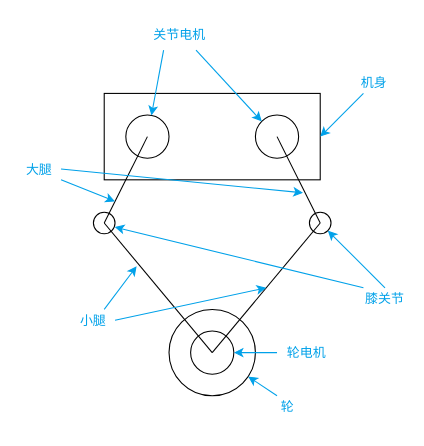
Q1anWan/BananaBot keeps this draw.io diagram as Docs/Size.drawio. Above is the earlier version. Source tidied: cells renumbered, new cells numbered last; positions are measured from the earlier drawing's top-left corner, leaving out a move shared by most shapes. Both pictures are drawn from the tidied source at 108%, with x=0, y=0 at pixel (17, 17).
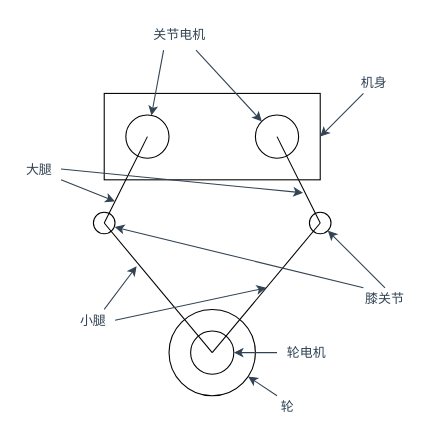
The same diagram, later.

The change refers to these unchanged cells:
```xml
<mxCell id="2" style="ellipse;" parent="1" vertex="1">
  <mxGeometry x="70" y="180" width="20" height="20" as="geometry" />
</mxCell>
<mxCell id="3" style="ellipse;" parent="1" vertex="1">
  <mxGeometry x="270" y="180" width="20" height="20" as="geometry" />
</mxCell>
<mxCell id="4" style="ellipse;" parent="1" vertex="1">
  <mxGeometry x="140" y="270" width="80" height="80" as="geometry" />
</mxCell>
<mxCell id="5" style="ellipse;fontColor=#00A1E9;" parent="1" vertex="1">
  <mxGeometry x="160" y="290" width="40" height="40" as="geometry" />
</mxCell>
<mxCell id="6" style="rounded=0;" parent="1" vertex="1">
  <mxGeometry x="80" y="70" width="200" height="80" as="geometry" />
</mxCell>
<mxCell id="7" style="ellipse;" parent="1" vertex="1">
  <mxGeometry x="100" y="90" width="40" height="40" as="geometry" />
</mxCell>
<mxCell id="8" style="ellipse;" parent="1" vertex="1">
  <mxGeometry x="220" y="90" width="40" height="40" as="geometry" />
</mxCell>
```

Diff of the diagram source:
```diff
@@
-    <mxCell id="13" style="endArrow=classic;fillColor=#1ba1e2;strokeColor=#00A1E9;fontColor=#00A1E9;" parent="1" edge="1">
+    <mxCell id="13" style="endArrow=classic;fillColor=#647687;strokeColor=#314354;fontColor=#00A1E9;" parent="1" edge="1">
       <mxGeometry relative="1" as="geometry">
         <mxPoint x="40" y="150" as="sourcePoint" />
         <mxPoint x="90" y="170" as="targetPoint" />
       </mxGeometry>
     </mxCell>
-    <mxCell id="14" value="大腿" style="text;strokeColor=none;fillColor=none;align=center;verticalAlign=middle;rounded=0;fontColor=#00A1E9;" parent="1" vertex="1">
+    <mxCell id="14" value="大腿" style="text;strokeColor=none;fillColor=none;align=center;verticalAlign=middle;rounded=0;fontColor=#314354;" parent="1" vertex="1">
       <mxGeometry y="120" width="40" height="40" as="geometry" />
     </mxCell>
-    <mxCell id="15" style="endArrow=classic;fillColor=#1ba1e2;strokeColor=#00A1E9;fontColor=#00A1E9;" parent="1" edge="1">
+    <mxCell id="15" style="endArrow=classic;fillColor=#647687;strokeColor=#314354;fontColor=#00A1E9;" parent="1" edge="1">
       <mxGeometry relative="1" as="geometry">
         <mxPoint x="80" y="270" as="sourcePoint" />
         <mxPoint x="110" y="230" as="targetPoint" />
       </mxGeometry>
     </mxCell>
-    <mxCell id="16" value="小腿" style="text;strokeColor=none;fillColor=none;align=center;verticalAlign=middle;rounded=0;fontColor=#00A1E9;" parent="1" vertex="1">
+    <mxCell id="16" value="小腿" style="text;strokeColor=none;fillColor=none;align=center;verticalAlign=middle;rounded=0;fontColor=#314354;" parent="1" vertex="1">
       <mxGeometry x="50" y="260" width="40" height="40" as="geometry" />
     </mxCell>
-    <mxCell id="17" style="endArrow=classic;fillColor=#1ba1e2;strokeColor=#00A1E9;fontColor=#00A1E9;" parent="1" edge="1" target="4">
+    <mxCell id="17" style="endArrow=classic;fillColor=#647687;strokeColor=#314354;fontColor=#00A1E9;" parent="1" edge="1" target="4">
       <mxGeometry relative="1" as="geometry">
         <mxPoint x="240" y="350" as="sourcePoint" />
       </mxGeometry>
     </mxCell>
-    <mxCell id="18" value="轮" style="text;strokeColor=none;fillColor=none;align=center;verticalAlign=middle;rounded=0;fontColor=#00A1E9;" parent="1" vertex="1">
+    <mxCell id="18" value="轮" style="text;strokeColor=none;fillColor=none;align=center;verticalAlign=middle;rounded=0;fontColor=#314354;" parent="1" vertex="1">
       <mxGeometry x="230" y="340" width="40" height="40" as="geometry" />
     </mxCell>
-    <mxCell id="19" style="endArrow=classic;fontColor=#00A1E9;exitX=1;exitY=0.5;exitDx=0;exitDy=0;strokeColor=#00A1E9;" parent="1" edge="1" source="14">
+    <mxCell id="19" style="endArrow=classic;fontColor=#00A1E9;exitX=1;exitY=0.5;exitDx=0;exitDy=0;strokeColor=#314354;fillColor=#647687;" parent="1" edge="1" source="14">
       <mxGeometry relative="1" as="geometry">
         <mxPoint x="264" y="162" as="targetPoint" />
       </mxGeometry>
     </mxCell>
-    <mxCell id="20" style="endArrow=classic;strokeColor=#00A1E9;fontColor=#00A1E9;exitX=1;exitY=0.5;exitDx=0;exitDy=0;" parent="1" edge="1" source="16">
+    <mxCell id="20" style="endArrow=classic;strokeColor=#314354;fontColor=#00A1E9;exitX=1;exitY=0.5;exitDx=0;exitDy=0;fillColor=#647687;" parent="1" edge="1" source="16">
       <mxGeometry relative="1" as="geometry">
         <mxPoint x="230" y="250" as="targetPoint" />
       </mxGeometry>
     </mxCell>
-    <mxCell id="21" style="endArrow=classic;strokeColor=#00A1E9;fontColor=#00A1E9;exitX=0.25;exitY=1;exitDx=0;exitDy=0;" parent="1" edge="1" source="23" target="7">
+    <mxCell id="21" style="endArrow=classic;strokeColor=#314354;fontColor=#00A1E9;exitX=0.25;exitY=1;exitDx=0;exitDy=0;fillColor=#647687;" parent="1" edge="1" source="23" target="7">
       <mxGeometry relative="1" as="geometry" />
     </mxCell>
-    <mxCell id="22" style="endArrow=classic;strokeColor=#00A1E9;fontColor=#00A1E9;entryX=0;entryY=0;entryDx=0;entryDy=0;exitX=0.75;exitY=1;exitDx=0;exitDy=0;" parent="1" edge="1" source="23" target="8">
+    <mxCell id="22" style="endArrow=classic;strokeColor=#314354;fontColor=#00A1E9;entryX=0;entryY=0;entryDx=0;entryDy=0;exitX=0.75;exitY=1;exitDx=0;exitDy=0;fillColor=#647687;" parent="1" edge="1" source="23" target="8">
       <mxGeometry relative="1" as="geometry" />
     </mxCell>
-    <mxCell id="23" value="关节电机" style="text;strokeColor=none;fillColor=none;align=center;verticalAlign=middle;rounded=0;fontColor=#00A1E9;" parent="1" vertex="1">
+    <mxCell id="23" value="关节电机" style="text;strokeColor=none;fillColor=none;align=center;verticalAlign=middle;rounded=0;fontColor=#314354;" parent="1" vertex="1">
       <mxGeometry x="120" width="60" height="30" as="geometry" />
     </mxCell>
-    <mxCell id="24" value="机身" style="text;strokeColor=none;fillColor=none;align=center;verticalAlign=middle;rounded=0;fontColor=#00A1E9;" parent="1" vertex="1">
+    <mxCell id="24" value="机身" style="text;strokeColor=none;fillColor=none;align=center;verticalAlign=middle;rounded=0;fontColor=#314354;" parent="1" vertex="1">
       <mxGeometry x="310" y="40" width="40" height="40" as="geometry" />
     </mxCell>
-    <mxCell id="25" style="endArrow=classic;strokeColor=#00A1E9;fontColor=#00A1E9;entryX=1;entryY=0.5;entryDx=0;entryDy=0;" parent="1" edge="1" target="6">
+    <mxCell id="25" style="endArrow=classic;strokeColor=#314354;fontColor=#00A1E9;entryX=1;entryY=0.5;entryDx=0;entryDy=0;fillColor=#647687;" parent="1" edge="1" target="6">
       <mxGeometry relative="1" as="geometry">
         <mxPoint x="320" y="70" as="sourcePoint" />
       </mxGeometry>
     </mxCell>
-    <mxCell id="26" style="endArrow=classic;strokeColor=#00A1E9;fontColor=#00A1E9;entryX=0.986;entryY=0.686;entryDx=0;entryDy=0;entryPerimeter=0;" parent="1" edge="1" target="2">
+    <mxCell id="26" style="endArrow=classic;strokeColor=#314354;fontColor=#00A1E9;entryX=0.986;entryY=0.686;entryDx=0;entryDy=0;entryPerimeter=0;fillColor=#647687;" parent="1" edge="1" target="2">
       <mxGeometry relative="1" as="geometry">
         <mxPoint x="320" y="250" as="sourcePoint" />
       </mxGeometry>
     </mxCell>
-    <mxCell id="27" style="endArrow=classic;strokeColor=#00A1E9;fontColor=#00A1E9;entryX=1;entryY=1;entryDx=0;entryDy=0;" parent="1" edge="1" target="3">
+    <mxCell id="27" style="endArrow=classic;strokeColor=#314354;fontColor=#00A1E9;entryX=1;entryY=1;entryDx=0;entryDy=0;fillColor=#647687;" parent="1" edge="1" target="3">
       <mxGeometry relative="1" as="geometry">
         <mxPoint x="340" y="250" as="sourcePoint" />
       </mxGeometry>
     </mxCell>
-    <mxCell id="28" value="膝关节" style="text;strokeColor=none;fillColor=none;align=center;verticalAlign=middle;rounded=0;fontColor=#00A1E9;" parent="1" vertex="1">
+    <mxCell id="28" value="膝关节" style="text;strokeColor=none;fillColor=none;align=center;verticalAlign=middle;rounded=0;fontColor=#314354;" parent="1" vertex="1">
       <mxGeometry x="320" y="240" width="40" height="40" as="geometry" />
     </mxCell>
-    <mxCell id="29" value="轮电机" style="text;strokeColor=none;fillColor=none;align=center;verticalAlign=middle;rounded=0;fontColor=#00A1E9;" parent="1" vertex="1">
+    <mxCell id="29" value="轮电机" style="text;strokeColor=none;fillColor=none;align=center;verticalAlign=middle;rounded=0;fontColor=#314354;" parent="1" vertex="1">
       <mxGeometry x="245" y="295" width="45" height="30" as="geometry" />
     </mxCell>
-    <mxCell id="30" style="endArrow=classic;fillColor=#1ba1e2;strokeColor=#00A1E9;fontColor=#00A1E9;entryX=1;entryY=0.5;entryDx=0;entryDy=0;" parent="1" edge="1" target="5">
+    <mxCell id="30" style="endArrow=classic;fillColor=#647687;strokeColor=#314354;fontColor=#00A1E9;entryX=1;entryY=0.5;entryDx=0;entryDy=0;" parent="1" edge="1" target="5">
       <mxGeometry relative="1" as="geometry">
         <mxPoint x="240" y="310" as="sourcePoint" />
       </mxGeometry>
     </mxCell>
```
